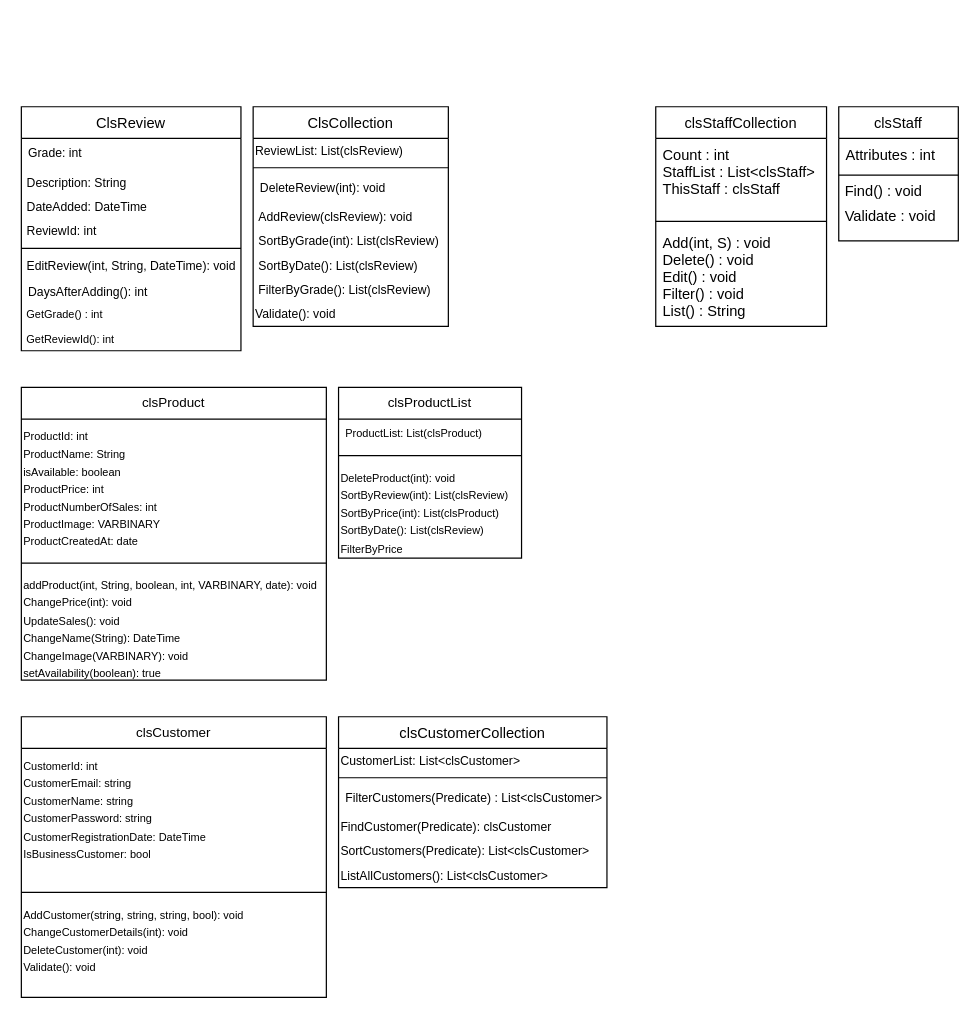
dominikmch/Template4U keeps this draw.io diagram as untitled Diagram updated.drawio. Above is the earlier version. Source tidied: cells renumbered, new cells numbered last; positions are measured from the earlier drawing's top-left corner, leaving out a move shared by most shapes. Both pictures are drawn from the tidied source at 122%, with x=0, y=0 at pixel (21, 106).
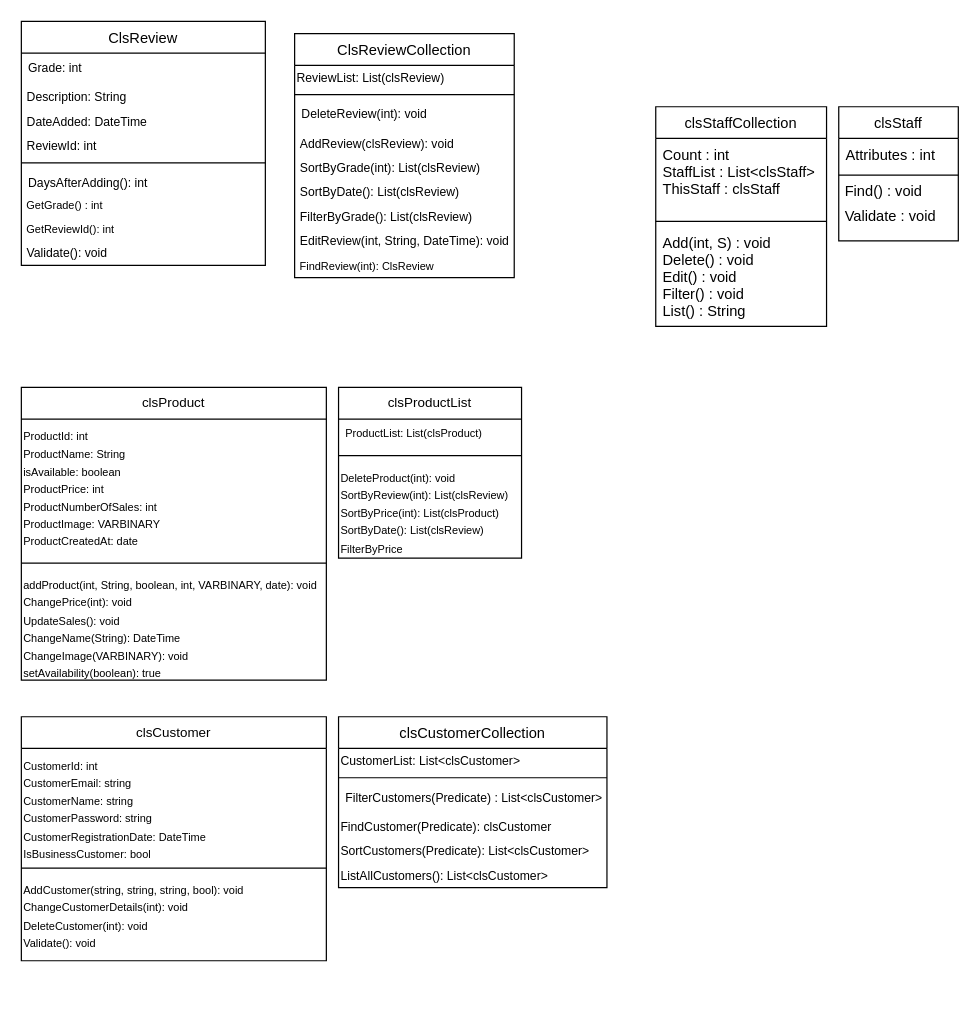
The same page after the edit.

What changed in the source:
```diff
@@
     <mxCell id="13" value="ClsReview" style="swimlane;fontStyle=0;align=center;verticalAlign=top;horizontal=1;startSize=26;" parent="1" vertex="1">
-      <mxGeometry width="180" height="200" as="geometry" />
+      <mxGeometry y="-70" width="200" height="200" as="geometry" />
     </mxCell>
     <mxCell id="14" value="Grade: int&#10;" style="text;strokeColor=none;fillColor=none;align=left;verticalAlign=top;spacingLeft=4;spacingRight=4;overflow=hidden;fontSize=10;" parent="13" vertex="1">
-      <mxGeometry y="26" width="180" height="26" as="geometry" />
+      <mxGeometry y="26" width="200" height="26" as="geometry" />
     </mxCell>
     <mxCell id="15" value="&amp;nbsp;Description: String" style="text;html=1;strokeColor=none;fillColor=none;align=left;verticalAlign=middle;whiteSpace=wrap;rounded=0;fontSize=10;" parent="13" vertex="1">
-      <mxGeometry y="52" width="180" height="20" as="geometry" />
+      <mxGeometry y="52" width="200" height="20" as="geometry" />
     </mxCell>
     <mxCell id="16" value="&amp;nbsp;DateAdded: DateTime" style="text;html=1;strokeColor=none;fillColor=none;align=left;verticalAlign=middle;whiteSpace=wrap;rounded=0;fontSize=10;" parent="13" vertex="1">
-      <mxGeometry y="72" width="180" height="20" as="geometry" />
+      <mxGeometry y="72" width="200" height="20" as="geometry" />
     </mxCell>
     <mxCell id="17" value="&amp;nbsp;ReviewId: int" style="text;html=1;strokeColor=none;fillColor=none;align=left;verticalAlign=middle;whiteSpace=wrap;rounded=0;fontSize=10;" parent="13" vertex="1">
-      <mxGeometry y="92" width="180" height="20" as="geometry" />
+      <mxGeometry y="92" width="200" height="20" as="geometry" />
     </mxCell>
     <mxCell id="18" style="line;strokeWidth=1;fillColor=none;align=left;verticalAlign=middle;spacingTop=-1;spacingLeft=3;spacingRight=3;labelPosition=right;" parent="13" vertex="1">
-      <mxGeometry y="112" width="180" height="8" as="geometry" />
+      <mxGeometry y="112" width="200" height="8" as="geometry" />
     </mxCell>
-    <mxCell id="19" value="&lt;font style=&quot;font-size: 10px&quot;&gt;&amp;nbsp;EditReview(int, String, DateTime): void&lt;/font&gt;" style="text;html=1;strokeColor=none;fillColor=none;align=left;verticalAlign=middle;whiteSpace=wrap;rounded=0;" parent="13" vertex="1">
-      <mxGeometry y="120" width="180" height="20" as="geometry" />
-    </mxCell>
     <mxCell id="20" value="DaysAfterAdding(): int" style="text;strokeColor=none;fillColor=none;align=left;verticalAlign=top;spacingLeft=4;spacingRight=4;overflow=hidden;fontSize=10;" parent="13" vertex="1">
-      <mxGeometry y="140" width="180" height="20" as="geometry" />
+      <mxGeometry y="120" width="200" height="20" as="geometry" />
     </mxCell>
     <mxCell id="21" value="&lt;font style=&quot;font-size: 9px&quot;&gt;&amp;nbsp;GetGrade() : int&lt;/font&gt;" style="text;html=1;strokeColor=none;fillColor=none;align=left;verticalAlign=middle;whiteSpace=wrap;rounded=0;fontSize=12;" parent="13" vertex="1">
-      <mxGeometry y="160" width="180" height="20" as="geometry" />
+      <mxGeometry y="140" width="200" height="20" as="geometry" />
     </mxCell>
-    <mxCell id="22" value="&lt;font style=&quot;font-size: 9px&quot;&gt;&amp;nbsp;GetReviewId(): int&lt;/font&gt;" style="text;html=1;strokeColor=none;fillColor=none;align=left;verticalAlign=middle;whiteSpace=wrap;rounded=0;fontSize=12;" parent="13" vertex="1">
-      <mxGeometry y="180" width="180" height="20" as="geometry" />
+    <mxCell id="22" value="&lt;font style=&quot;font-size: 9px&quot;&gt;&amp;nbsp;GetReviewId(): int&lt;br&gt;&lt;/font&gt;" style="text;html=1;strokeColor=none;fillColor=none;align=left;verticalAlign=middle;whiteSpace=wrap;rounded=0;fontSize=12;" parent="13" vertex="1">
+      <mxGeometry y="160" width="200" height="20" as="geometry" />
     </mxCell>
+    <mxCell id="31" value="&lt;span style=&quot;font-size: x-small&quot;&gt;&amp;nbsp;Validate(): void&lt;/span&gt;" style="text;html=1;strokeColor=none;fillColor=none;align=left;verticalAlign=middle;whiteSpace=wrap;rounded=0;" parent="13" vertex="1">
+      <mxGeometry y="180" width="200" height="20" as="geometry" />
+    </mxCell>
-    <mxCell id="23" value="ClsCollection" style="swimlane;fontStyle=0;align=center;verticalAlign=top;horizontal=1;startSize=26;fontSize=12;" parent="1" vertex="1">
-      <mxGeometry x="190" width="160" height="180" as="geometry" />
+    <mxCell id="23" value="ClsReviewCollection" style="swimlane;fontStyle=0;align=center;verticalAlign=top;horizontal=1;startSize=26;fontSize=12;" parent="1" vertex="1">
+      <mxGeometry x="224" y="-60" width="180" height="200" as="geometry" />
     </mxCell>
     <mxCell id="24" value="&lt;span style=&quot;white-space: nowrap; font-size: 10px;&quot;&gt;ReviewList: List(clsReview)&lt;/span&gt;" style="text;html=1;strokeColor=none;fillColor=none;align=left;verticalAlign=middle;whiteSpace=wrap;rounded=0;fontSize=10;" parent="23" vertex="1">
-      <mxGeometry y="26" width="160" height="20" as="geometry" />
+      <mxGeometry y="26" width="180" height="20" as="geometry" />
     </mxCell>
     <mxCell id="25" style="line;strokeWidth=1;fillColor=none;align=left;verticalAlign=middle;spacingTop=-1;spacingLeft=3;spacingRight=3;labelPosition=right;" parent="23" vertex="1">
-      <mxGeometry y="46" width="160" height="8" as="geometry" />
+      <mxGeometry y="46" width="180" height="8" as="geometry" />
     </mxCell>
     <mxCell id="26" value="DeleteReview(int): void" style="text;strokeColor=none;fillColor=none;align=left;verticalAlign=top;spacingLeft=4;spacingRight=4;overflow=hidden;fontSize=10;" parent="23" vertex="1">
-      <mxGeometry y="54" width="160" height="26" as="geometry" />
+      <mxGeometry y="54" width="180" height="26" as="geometry" />
     </mxCell>
     <mxCell id="27" value="&amp;nbsp;AddReview(clsReview): void" style="text;html=1;strokeColor=none;fillColor=none;align=left;verticalAlign=middle;whiteSpace=wrap;rounded=0;fontSize=10;" parent="23" vertex="1">
-      <mxGeometry y="80" width="160" height="20" as="geometry" />
+      <mxGeometry y="80" width="180" height="20" as="geometry" />
     </mxCell>
     <mxCell id="28" value="&amp;nbsp;SortByGrade(int): List(clsReview)" style="text;html=1;strokeColor=none;fillColor=none;align=left;verticalAlign=middle;whiteSpace=wrap;rounded=0;fontSize=10;" parent="23" vertex="1">
-      <mxGeometry y="100" width="160" height="20" as="geometry" />
+      <mxGeometry y="100" width="180" height="20" as="geometry" />
     </mxCell>
     <mxCell id="29" value="&amp;nbsp;SortByDate(): List(clsReview)" style="text;html=1;strokeColor=none;fillColor=none;align=left;verticalAlign=middle;whiteSpace=wrap;rounded=0;fontSize=10;" parent="23" vertex="1">
-      <mxGeometry y="120" width="160" height="20" as="geometry" />
+      <mxGeometry y="120" width="180" height="20" as="geometry" />
     </mxCell>
     <mxCell id="30" value="&amp;nbsp;FilterByGrade(): List(clsReview)" style="text;html=1;strokeColor=none;fillColor=none;align=left;verticalAlign=middle;whiteSpace=wrap;rounded=0;fontSize=10;" parent="23" vertex="1">
-      <mxGeometry y="140" width="160" height="20" as="geometry" />
+      <mxGeometry y="140" width="180" height="20" as="geometry" />
     </mxCell>
-    <mxCell id="31" value="&lt;font size=&quot;1&quot;&gt;Validate(): void&lt;/font&gt;" style="text;html=1;strokeColor=none;fillColor=none;align=left;verticalAlign=middle;whiteSpace=wrap;rounded=0;fontSize=12;" parent="23" vertex="1">
-      <mxGeometry y="160" width="160" height="20" as="geometry" />
-    </mxCell>
+    <mxCell id="19" value="&lt;font style=&quot;font-size: 10px&quot;&gt;&amp;nbsp;EditReview(int, String, DateTime): void&lt;/font&gt;" style="text;html=1;strokeColor=none;fillColor=none;align=left;verticalAlign=middle;whiteSpace=wrap;rounded=0;" parent="23" vertex="1">
+      <mxGeometry y="160" width="180" height="20" as="geometry" />
+    </mxCell>
+    <mxCell id="51" value="&lt;font style=&quot;font-size: 9px&quot;&gt;&amp;nbsp;FindReview(int): ClsReview&lt;/font&gt;" style="text;html=1;strokeColor=none;fillColor=none;align=left;verticalAlign=middle;whiteSpace=wrap;rounded=0;" parent="23" vertex="1">
+      <mxGeometry y="180" width="180" height="20" as="geometry" />
+    </mxCell>
@@
     <mxCell id="40" value="clsCustomer" style="swimlane;fontStyle=0;align=center;verticalAlign=top;horizontal=1;startSize=26;rounded=0;shadow=0;strokeWidth=1;fontSize=11;" parent="1" vertex="1">
-      <mxGeometry y="500" width="250" height="230" as="geometry" />
+      <mxGeometry y="500" width="250" height="200" as="geometry" />
     </mxCell>
-    <mxCell id="41" value="&lt;font style=&quot;font-size: 9px&quot;&gt;CustomerId: int&lt;br&gt;CustomerEmail: string&lt;br&gt;CustomerName: string&lt;br&gt;CustomerPassword: string&lt;br&gt;CustomerRegistrationDate: DateTime&lt;br&gt;IsBusinessCustomer: bool&lt;br&gt;&lt;br&gt;&lt;/font&gt;" style="text;html=1;" parent="40" vertex="1">
-      <mxGeometry y="26" width="250" height="114" as="geometry" />
+    <mxCell id="41" value="&lt;font style=&quot;font-size: 9px&quot;&gt;CustomerId: int&lt;br&gt;CustomerEmail: string&lt;br&gt;CustomerName: string&lt;br&gt;CustomerPassword: string&lt;br&gt;CustomerRegistrationDate: DateTime&lt;br&gt;IsBusinessCustomer: bool&lt;br&gt;&lt;/font&gt;" style="text;html=1;" parent="40" vertex="1">
+      <mxGeometry y="26" width="250" height="94" as="geometry" />
     </mxCell>
     <mxCell id="42" style="line;html=1;strokeWidth=1;align=left;verticalAlign=middle;spacingTop=-1;spacingLeft=3;spacingRight=3;labelPosition=right;" parent="40" vertex="1">
-      <mxGeometry y="140" width="250" height="8" as="geometry" />
+      <mxGeometry y="120" width="250" height="8" as="geometry" />
     </mxCell>
     <mxCell id="43" value="&lt;font style=&quot;font-size: 9px&quot;&gt;AddCustomer(string, string, string, bool): void&lt;br&gt;ChangeCustomerDetails(int): void&lt;br&gt;DeleteCustomer(int): void&lt;br&gt;Validate(): void&lt;br&gt;&lt;/font&gt;" style="text;html=1;" parent="40" vertex="1">
-      <mxGeometry y="148" width="250" height="62" as="geometry" />
+      <mxGeometry y="128" width="250" height="62" as="geometry" />
     </mxCell>
```
